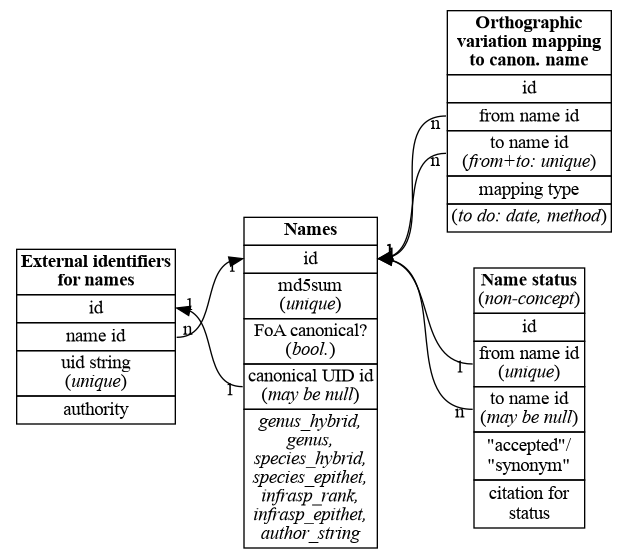
This is dataflow/DB/schema.png from camwebb/akflora, a Graphviz export, as it was before one commit. Its source is kept beside it as dataflow/DB/schema.dot. The source it was exported from:
```dot
/* Run: dot -Tpng BOdb_schema.dot > BOdb_schema.png */

digraph g {
    graph [rankdir = "RL"];
    node [shape = "plaintext"];

    names [label = <<table border="0" cellborder="1" cellspacing="0">
           <tr><td><b>Names</b></td></tr>
           <tr><td port="p0">id</td></tr>
           <tr><td port="p1">md5sum<br/>(<i>unique</i>)</td></tr>
           <tr><td>FoA canonical?<br/>(<i>bool.</i>)</td></tr>
           <tr><td port="p2">canonical UID id<br/>(<i>may be null</i>)</td></tr>
           <tr><td ><i>genus_hybrid,<br/>genus,<br/>species_hybrid,<br/>species_epithet,<br/>infrasp_rank,<br/>infrasp_epithet,<br/>author_string</i></td></tr>
           </table>>] ;

    ortho [label = <<table border="0" cellborder="1" cellspacing="0">
           <tr><td><b>Orthographic<br/>variation mapping<br/>to canon. name</b></td></tr>
           <tr><td port="p0">id</td></tr>
           <tr><td port="p2">from name id</td></tr>
           <tr><td port="p3">to name id<br/>(<i>from+to: unique</i>)</td></tr>
           <tr><td port="p4">mapping type</td></tr>
           <tr><td port="p5">(<i>to do: date, method</i>)</td></tr>
           </table>>] ;

    uids [label = <<table border="0" cellborder="1" cellspacing="0">
          <tr><td><b>External identifiers<br/>for names</b></td></tr>
          <tr><td port="p0">id</td></tr>
          <tr><td port="p1">name id</td></tr>
          <tr><td port="p2">uid string<br/>(<i>unique</i>)</td></tr>
          <tr><td port="p3">authority</td></tr>
          </table>>] ;

    syn [label = <<table border="0" cellborder="1" cellspacing="0">
         <tr><td port="p0"><b>Name status</b><br/>(<i>non-concept</i>)</td></tr>
         <tr><td>id</td></tr>
         <tr><td port="p2">from name id<br/>(<i>unique</i>)</td></tr>
         <tr><td port="p3">to name id<br/>(<i>may be null</i>)</td></tr>
         <tr><td port="p4">"accepted"/<br/>"synonym"</td></tr>
         <tr><td port="p5">citation for<br/>status</td></tr>
         </table>>] ;

    syn:p2 -> names:p0 [headlabel="1",taillabel="1",labeldistance=1];
    syn:p3 -> names:p0 [headlabel="1",taillabel="n",labeldistance=1];
    ortho:p2 -> names:p0 [headlabel="1",taillabel="n",labeldistance=1];
    ortho:p3 -> names:p0 [headlabel="1",taillabel="n",labeldistance=1];
    uids:p1 -> names:p0 [headlabel="1",taillabel="n",labeldistance=1];
    names:p2 -> uids:p0 [headlabel="1",taillabel="1",labeldistance=1];

}
```
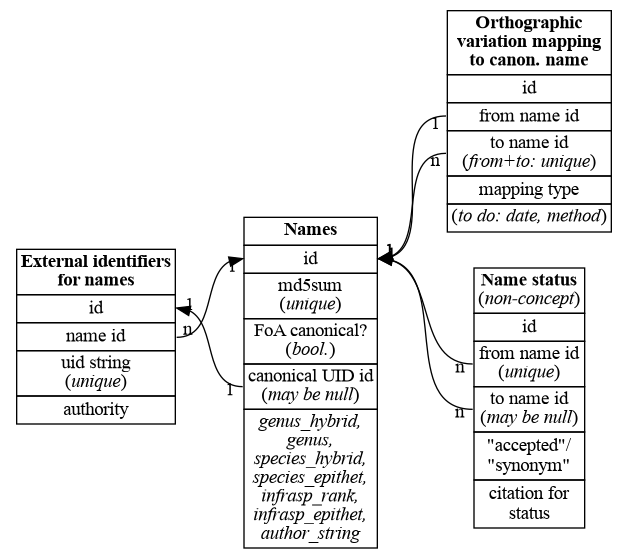
The same file after the commit.

Change to the diagram source:
```diff
@@ -39,9 +39,9 @@
          <tr><td port="p5">citation for<br/>status</td></tr>
          </table>>] ;
 
-    syn:p2 -> names:p0 [headlabel="1",taillabel="1",labeldistance=1];
+    syn:p2 -> names:p0 [headlabel="1",taillabel="n",labeldistance=1];
     syn:p3 -> names:p0 [headlabel="1",taillabel="n",labeldistance=1];
-    ortho:p2 -> names:p0 [headlabel="1",taillabel="n",labeldistance=1];
+    ortho:p2 -> names:p0 [headlabel="1",taillabel="1",labeldistance=1];
     ortho:p3 -> names:p0 [headlabel="1",taillabel="n",labeldistance=1];
     uids:p1 -> names:p0 [headlabel="1",taillabel="n",labeldistance=1];
     names:p2 -> uids:p0 [headlabel="1",taillabel="1",labeldistance=1];
```
